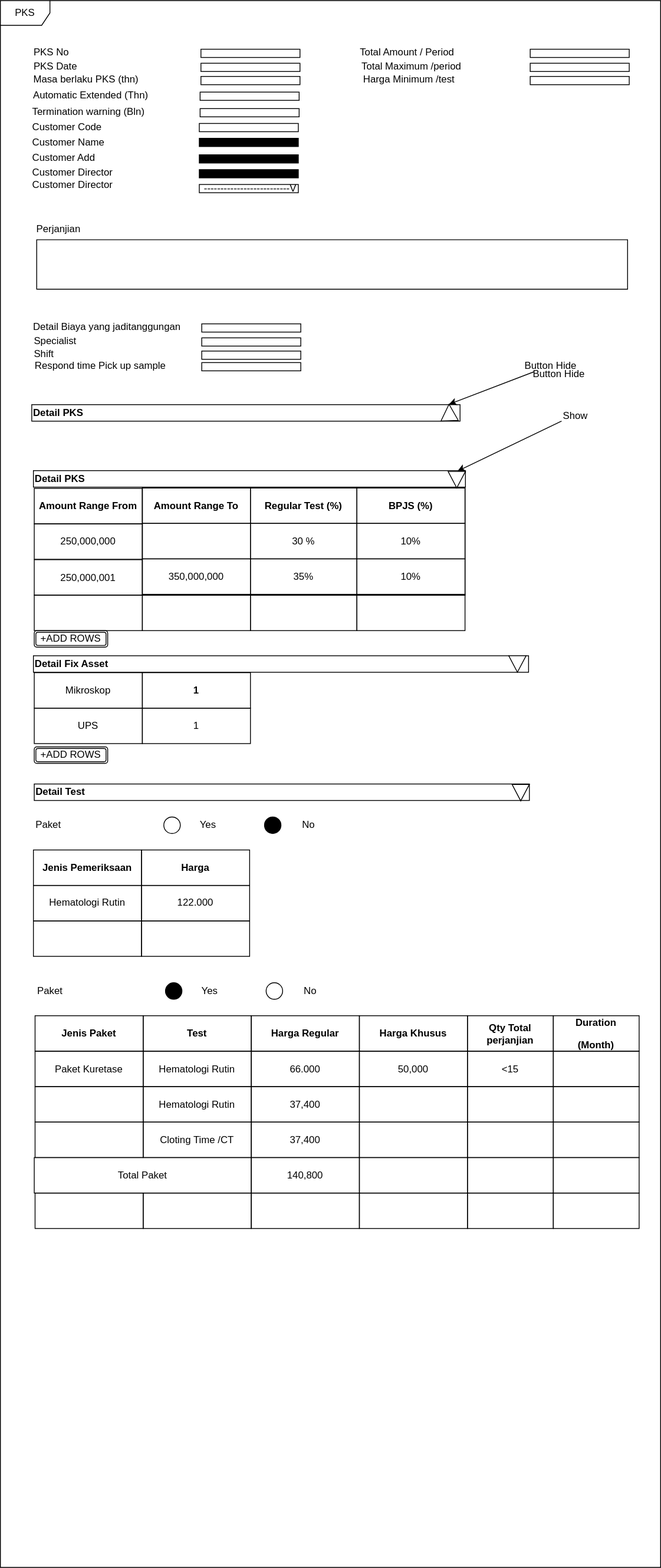
Earlier version of the draw.io export pattern/FSD.svg (riduan-risandi/inno_collection_diagram). Source tidied: cells renumbered, new cells last; positions are measured from the earlier drawing's top-left corner, leaving out a move shared by most shapes.
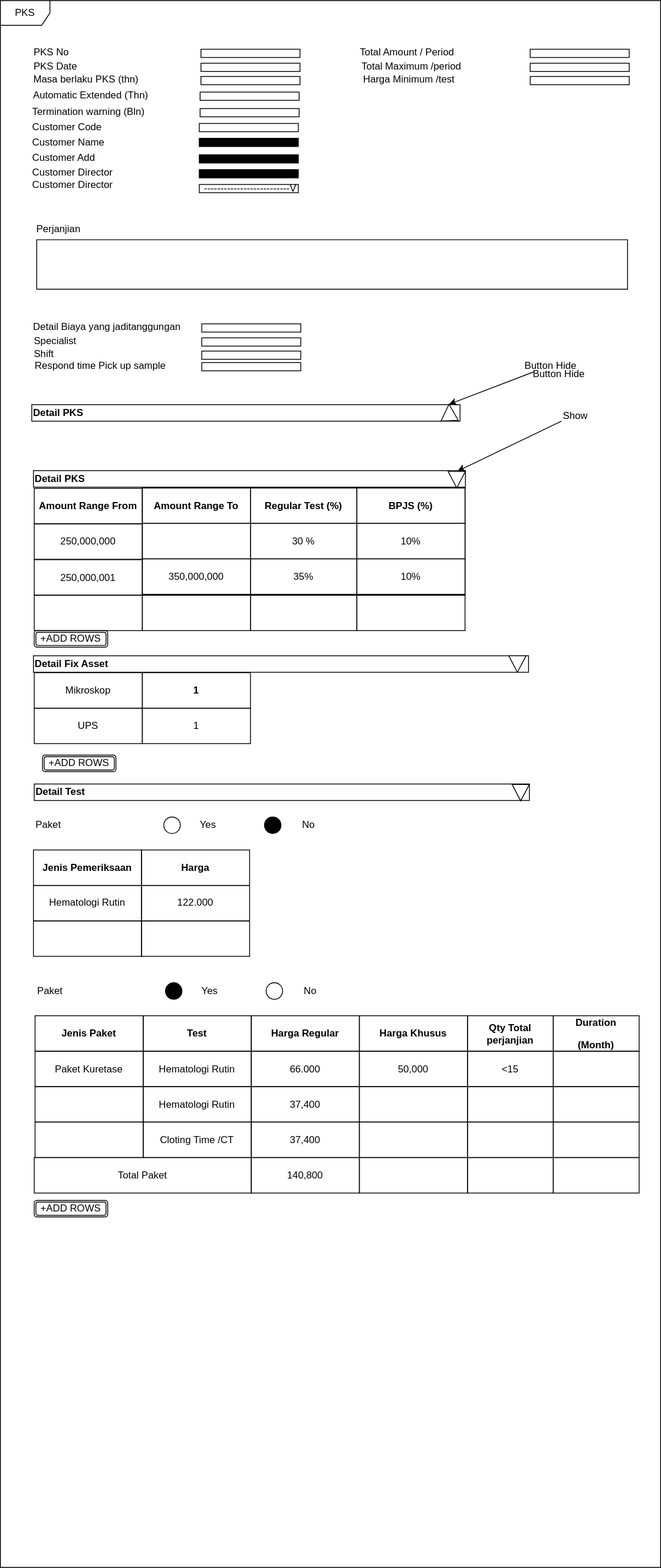
Above is the later version.

Diff of the diagram source:
```diff
@@ -198,7 +198,7 @@
       <mxGeometry x="727.5" y="700" width="60" height="40" as="geometry" />
     </mxCell>
     <mxCell id="67" value="+ADD ROWS" style="shape=ext;double=1;rounded=1;whiteSpace=wrap;html=1;" parent="1" vertex="1">
-      <mxGeometry x="41" y="905" width="89" height="20" as="geometry" />
+      <mxGeometry x="41" y="1455" width="89" height="20" as="geometry" />
     </mxCell>
     <mxCell id="68" value="Mikroskop" style="strokeColor=inherit;fillColor=none;align=center;whiteSpace=wrap;html=1;" parent="1" vertex="1">
       <mxGeometry x="41" y="815" width="131" height="43" as="geometry" />
@@ -370,23 +370,8 @@
     <mxCell id="123" style="strokeColor=inherit;fillColor=none;align=center;whiteSpace=wrap;html=1;" parent="1" vertex="1">
       <mxGeometry x="670" y="1403" width="104" height="43" as="geometry" />
     </mxCell>
-    <mxCell id="124" style="strokeColor=inherit;fillColor=none;align=center;whiteSpace=wrap;html=1;" parent="1" vertex="1">
-      <mxGeometry x="42" y="1446" width="131" height="43" as="geometry" />
-    </mxCell>
-    <mxCell id="125" style="strokeColor=inherit;fillColor=none;align=center;whiteSpace=wrap;html=1;" parent="1" vertex="1">
-      <mxGeometry x="173" y="1446" width="131" height="43" as="geometry" />
-    </mxCell>
-    <mxCell id="126" style="strokeColor=inherit;fillColor=none;align=center;whiteSpace=wrap;html=1;" parent="1" vertex="1">
-      <mxGeometry x="304" y="1446" width="131" height="43" as="geometry" />
-    </mxCell>
-    <mxCell id="127" style="strokeColor=inherit;fillColor=none;align=center;whiteSpace=wrap;html=1;" parent="1" vertex="1">
-      <mxGeometry x="435" y="1446" width="131" height="43" as="geometry" />
-    </mxCell>
-    <mxCell id="128" style="strokeColor=inherit;fillColor=none;align=center;whiteSpace=wrap;html=1;" parent="1" vertex="1">
-      <mxGeometry x="566" y="1446" width="104" height="43" as="geometry" />
-    </mxCell>
-    <mxCell id="129" style="strokeColor=inherit;fillColor=none;align=center;whiteSpace=wrap;html=1;" parent="1" vertex="1">
-      <mxGeometry x="670" y="1446" width="104" height="43" as="geometry" />
-    </mxCell>
+    <mxCell id="130" value="+ADD ROWS" style="shape=ext;double=1;rounded=1;whiteSpace=wrap;html=1;" parent="1" vertex="1">
+      <mxGeometry x="51" y="915" width="89" height="20" as="geometry" />
+    </mxCell>
   </root>
 </mxGraphModel>
```
